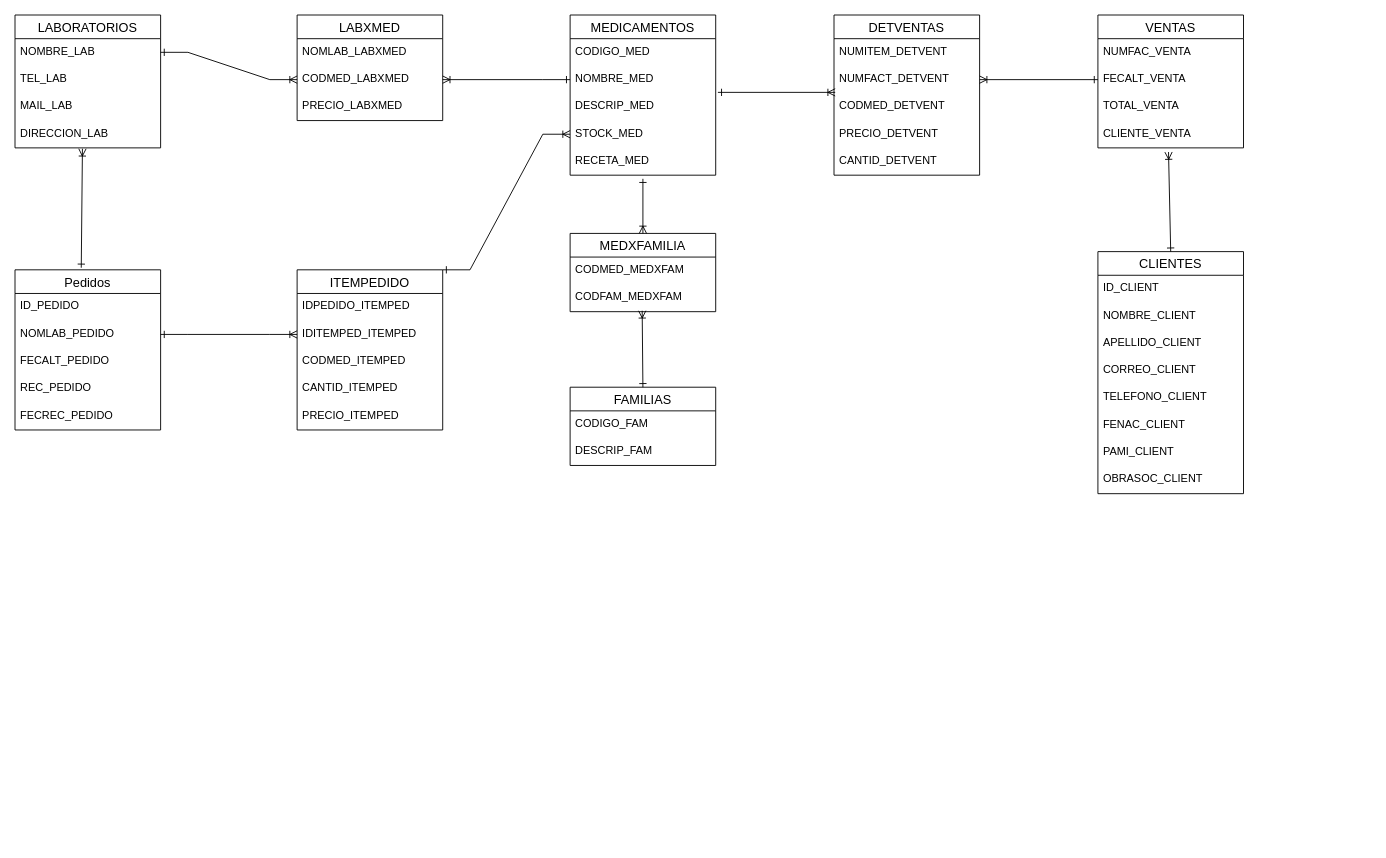
The draw.io diagram DER.drawio in Nicolas-Fediuk/DeskFarmacia, before the edit. Source tidied: cells renumbered, new cells numbered last; positions are measured from the earlier drawing's top-left corner, leaving out a move shared by most shapes. Both pictures are drawn from the tidied source at 91%, with x=0, y=0 at pixel (15, 15).
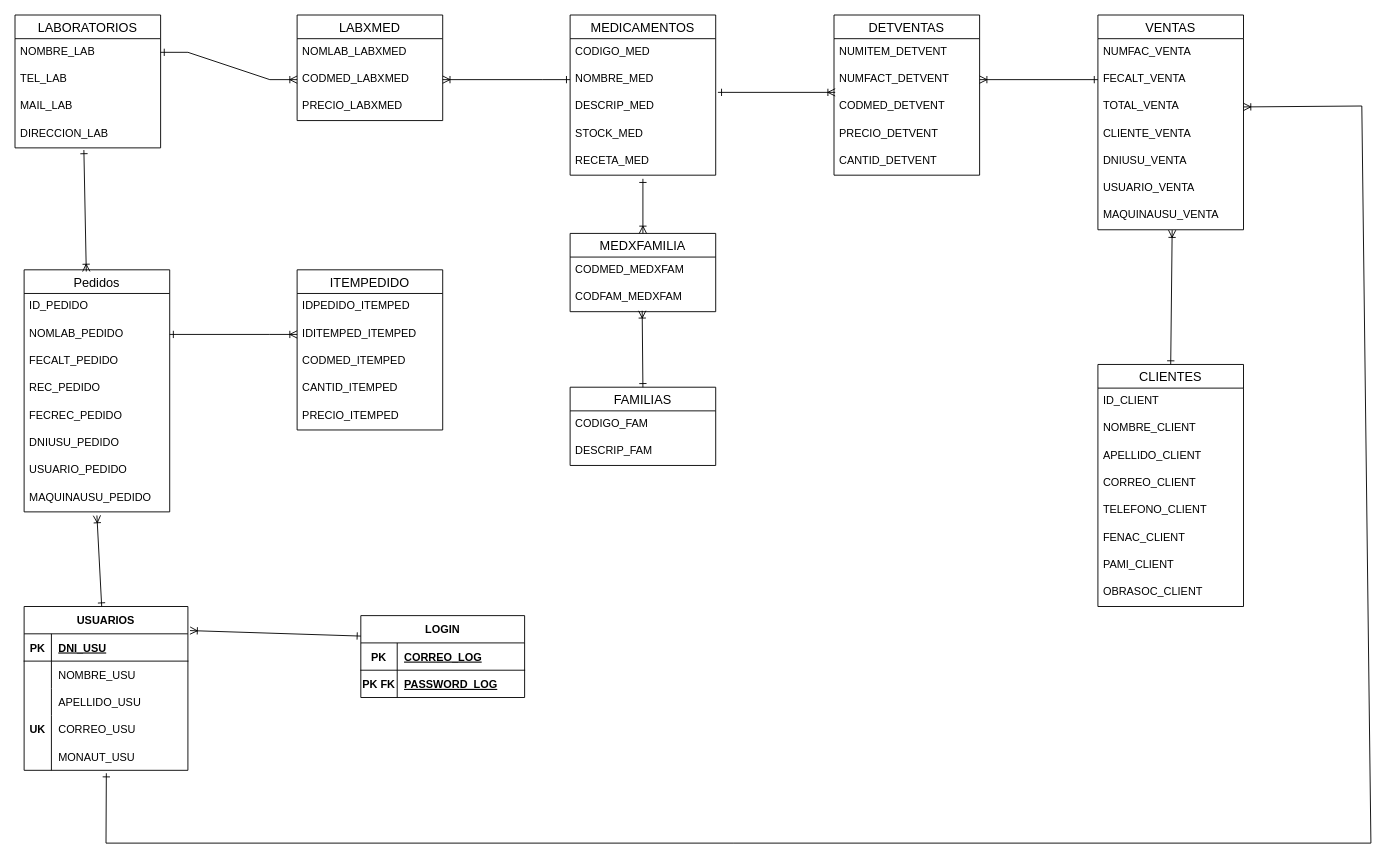
The same diagram, later.

The change refers to these unchanged cells:
```xml
<mxCell id="6" value="DIRECCION_LAB" style="text;strokeColor=none;fillColor=none;spacingLeft=4;spacingRight=4;overflow=hidden;points=[[0,0.5],[1,0.5]];portConstraint=eastwest;fontSize=12;" parent="2" vertex="1">
  <mxGeometry y="116" width="160" height="30" as="geometry" />
</mxCell>
<mxCell id="11" value="STOCK_MED" style="text;strokeColor=none;fillColor=none;spacingLeft=4;spacingRight=4;overflow=hidden;points=[[0,0.5],[1,0.5]];portConstraint=eastwest;fontSize=12;" parent="7" vertex="1">
  <mxGeometry y="116" width="160" height="30" as="geometry" />
</mxCell>
<mxCell id="30" value="TOTAL_VENTA" style="text;strokeColor=none;fillColor=none;spacingLeft=4;spacingRight=4;overflow=hidden;points=[[0,0.5],[1,0.5]];portConstraint=eastwest;fontSize=12;" parent="27" vertex="1">
  <mxGeometry y="86" width="160" height="30" as="geometry" />
</mxCell>
<mxCell id="31" value="CLIENTE_VENTA" style="text;strokeColor=none;fillColor=none;spacingLeft=4;spacingRight=4;overflow=hidden;points=[[0,0.5],[1,0.5]];portConstraint=eastwest;fontSize=12;" parent="27" vertex="1">
  <mxGeometry y="116" width="160" height="30" as="geometry" />
</mxCell>
<mxCell id="57" value="ITEMPEDIDO" style="swimlane;fontStyle=0;horizontal=1;startSize=26;align=center;fontSize=14;" parent="1" vertex="1">
  <mxGeometry x="310" y="280" width="160" height="176" as="geometry" />
</mxCell>
```

Change to the diagram source:
```diff
@@
     <mxCell id="27" value="VENTAS" style="swimlane;fontStyle=0;horizontal=1;startSize=26;align=center;fontSize=14;" parent="1" vertex="1">
-      <mxGeometry x="1190" width="160" height="146" as="geometry" />
+      <mxGeometry x="1190" width="160" height="236" as="geometry" />
     </mxCell>
@@
+    <mxCell id="65" value="DNIUSU_VENTA" style="text;strokeColor=none;fillColor=none;spacingLeft=4;spacingRight=4;overflow=hidden;fontSize=12;" parent="27" vertex="1">
+      <mxGeometry y="146" width="160" height="30" as="geometry" />
+    </mxCell>
+    <mxCell id="66" value="USUARIO_VENTA" style="text;strokeColor=none;fillColor=none;spacingLeft=4;spacingRight=4;overflow=hidden;fontSize=12;" parent="27" vertex="1">
+      <mxGeometry y="176" width="160" height="30" as="geometry" />
+    </mxCell>
+    <mxCell id="67" value="MAQUINAUSU_VENTA" style="text;strokeColor=none;fillColor=none;spacingLeft=4;spacingRight=4;overflow=hidden;points=[[0,0.5],[1,0.5]];portConstraint=eastwest;fontSize=12;" parent="27" vertex="1">
+      <mxGeometry y="206" width="160" height="30" as="geometry" />
+    </mxCell>
@@
     <mxCell id="40" value="CLIENTES" style="swimlane;fontStyle=0;horizontal=1;startSize=26;align=center;fontSize=14;" parent="1" vertex="1">
-      <mxGeometry x="1190" y="260" width="160" height="266" as="geometry" />
+      <mxGeometry x="1190" y="384" width="160" height="266" as="geometry" />
     </mxCell>
@@
-    <mxCell id="49" style="fontSize=12;html=1;endArrow=ERoneToMany;rounded=0;startArrow=ERone;startFill=0;entryX=0.485;entryY=1.153;entryDx=0;entryDy=0;exitX=0.5;exitY=0;exitDx=0;exitDy=0;entryPerimeter=0;" parent="1" edge="1" source="40" target="31">
+    <mxCell id="49" style="fontSize=12;html=1;endArrow=ERoneToMany;rounded=0;startArrow=ERone;startFill=0;exitX=0.5;exitY=0;exitDx=0;exitDy=0;entryX=0.51;entryY=1.013;entryDx=0;entryDy=0;entryPerimeter=0;" parent="1" edge="1" source="40" target="67">
       <mxGeometry relative="1" as="geometry" />
     </mxCell>
     <mxCell id="50" value="Pedidos" style="swimlane;fontStyle=0;horizontal=1;startSize=26;align=center;fontSize=14;" parent="1" vertex="1">
-      <mxGeometry y="280" width="160" height="176" as="geometry" />
+      <mxGeometry x="10" y="280" width="160" height="266" as="geometry" />
     </mxCell>
@@
+    <mxCell id="68" value="DNIUSU_PEDIDO" style="text;strokeColor=none;fillColor=none;spacingLeft=4;spacingRight=4;overflow=hidden;fontSize=12;" parent="50" vertex="1">
+      <mxGeometry y="176" width="160" height="30" as="geometry" />
+    </mxCell>
+    <mxCell id="69" value="USUARIO_PEDIDO" style="text;strokeColor=none;fillColor=none;spacingLeft=4;spacingRight=4;overflow=hidden;fontSize=12;" parent="50" vertex="1">
+      <mxGeometry y="206" width="160" height="30" as="geometry" />
+    </mxCell>
+    <mxCell id="70" value="MAQUINAUSU_PEDIDO" style="text;strokeColor=none;fillColor=none;spacingLeft=4;spacingRight=4;overflow=hidden;points=[[0,0.5],[1,0.5]];portConstraint=eastwest;fontSize=12;" parent="50" vertex="1">
+      <mxGeometry y="236" width="160" height="30" as="geometry" />
+    </mxCell>
-    <mxCell id="56" style="fontSize=12;html=1;endArrow=ERoneToMany;rounded=0;startArrow=ERone;startFill=0;exitX=0.455;exitY=-0.013;exitDx=0;exitDy=0;exitPerimeter=0;entryX=0.463;entryY=1.033;entryDx=0;entryDy=0;entryPerimeter=0;" parent="1" edge="1" source="50" target="6">
+    <mxCell id="56" style="fontSize=12;html=1;endArrow=ERoneToMany;rounded=0;startArrow=ERone;startFill=0;entryX=0.427;entryY=0.007;entryDx=0;entryDy=0;entryPerimeter=0;exitX=0.473;exitY=1.08;exitDx=0;exitDy=0;exitPerimeter=0;" parent="1" edge="1" source="6" target="50">
       <mxGeometry relative="1" as="geometry" />
     </mxCell>
@@
-    <mxCell id="64" style="edgeStyle=entityRelationEdgeStyle;fontSize=12;html=1;endArrow=ERoneToMany;rounded=0;startArrow=ERone;startFill=0;exitX=1;exitY=0;exitDx=0;exitDy=0;entryX=0;entryY=0.5;entryDx=0;entryDy=0;" parent="1" edge="1" source="57" target="11">
-      <mxGeometry relative="1" as="geometry" />
-    </mxCell>
+    <mxCell id="71" value="USUARIOS" style="shape=table;startSize=30;childLayout=tableLayout;rowLines=0;fontStyle=1;align=center;" parent="1" vertex="1">
+      <mxGeometry x="10" y="650" width="180" height="180" as="geometry" />
+    </mxCell>
+    <mxCell id="72" style="shape=tableRow;horizontal=0;startSize=0;swimlaneHead=0;swimlaneBody=0;fillColor=none;top=0;left=0;right=0;bottom=1;" parent="71" vertex="1">
+      <mxGeometry y="30" width="180" height="30" as="geometry" />
+    </mxCell>
+    <mxCell id="73" value="PK" style="shape=partialRectangle;fillColor=none;top=0;left=0;bottom=0;right=0;fontStyle=1;overflow=hidden;" parent="72" vertex="1">
+      <mxGeometry width="30" height="30" as="geometry" />
+    </mxCell>
+    <mxCell id="74" value="DNI_USU" style="shape=partialRectangle;fillColor=none;top=0;left=0;bottom=0;right=0;align=left;spacingLeft=6;fontStyle=5;overflow=hidden;" parent="72" vertex="1">
+      <mxGeometry x="30" width="150" height="30" as="geometry" />
+    </mxCell>
+    <mxCell id="75" style="shape=tableRow;horizontal=0;startSize=0;swimlaneHead=0;swimlaneBody=0;fillColor=none;top=0;left=0;right=0;bottom=0;" parent="71" vertex="1">
+      <mxGeometry y="60" width="180" height="30" as="geometry" />
+    </mxCell>
+    <mxCell id="76" style="shape=partialRectangle;fillColor=none;top=0;left=0;bottom=0;right=0;overflow=hidden;" parent="75" vertex="1">
+      <mxGeometry width="30" height="30" as="geometry" />
+    </mxCell>
+    <mxCell id="77" value="NOMBRE_USU" style="shape=partialRectangle;fillColor=none;top=0;left=0;bottom=0;right=0;align=left;spacingLeft=6;overflow=hidden;" parent="75" vertex="1">
+      <mxGeometry x="30" width="150" height="30" as="geometry" />
+    </mxCell>
+    <mxCell id="78" style="shape=tableRow;horizontal=0;startSize=0;swimlaneHead=0;swimlaneBody=0;fillColor=none;top=0;left=0;right=0;bottom=0;" parent="71" vertex="1">
+      <mxGeometry y="90" width="180" height="30" as="geometry" />
+    </mxCell>
+    <mxCell id="79" style="shape=partialRectangle;fillColor=none;top=0;left=0;bottom=0;right=0;overflow=hidden;" parent="78" vertex="1">
+      <mxGeometry width="30" height="30" as="geometry" />
+    </mxCell>
+    <mxCell id="80" value="APELLIDO_USU" style="shape=partialRectangle;fillColor=none;top=0;left=0;bottom=0;right=0;align=left;spacingLeft=6;overflow=hidden;" parent="78" vertex="1">
+      <mxGeometry x="30" width="150" height="30" as="geometry" />
+    </mxCell>
+    <mxCell id="81" style="shape=tableRow;horizontal=0;startSize=0;swimlaneHead=0;swimlaneBody=0;fillColor=none;top=0;left=0;right=0;bottom=0;" parent="71" vertex="1">
+      <mxGeometry y="120" width="180" height="30" as="geometry" />
+    </mxCell>
+    <mxCell id="82" value="UK" style="shape=partialRectangle;fillColor=none;top=0;left=0;bottom=0;right=0;fontStyle=1;overflow=hidden;" parent="81" vertex="1">
+      <mxGeometry width="30" height="30" as="geometry" />
+    </mxCell>
+    <mxCell id="83" value="CORREO_USU" style="shape=partialRectangle;fillColor=none;top=0;left=0;bottom=0;right=0;align=left;spacingLeft=6;fontStyle=0;overflow=hidden;" parent="81" vertex="1">
+      <mxGeometry x="30" width="150" height="30" as="geometry" />
+    </mxCell>
+    <mxCell id="84" style="shape=tableRow;horizontal=0;startSize=0;swimlaneHead=0;swimlaneBody=0;fillColor=none;points=[[0,0.5],[1,0.5]];portConstraint=eastwest;top=0;left=0;right=0;bottom=0;" parent="71" vertex="1">
+      <mxGeometry y="150" width="180" height="30" as="geometry" />
+    </mxCell>
+    <mxCell id="85" style="shape=partialRectangle;fillColor=none;top=0;left=0;bottom=0;right=0;overflow=hidden;" parent="84" vertex="1">
+      <mxGeometry width="30" height="30" as="geometry" />
+    </mxCell>
+    <mxCell id="86" value="MONAUT_USU" style="shape=partialRectangle;fillColor=none;top=0;left=0;bottom=0;right=0;align=left;spacingLeft=6;overflow=hidden;" parent="84" vertex="1">
+      <mxGeometry x="30" width="150" height="30" as="geometry" />
+    </mxCell>
+    <mxCell id="87" value="LOGIN" style="shape=table;startSize=30;childLayout=tableLayout;rowLines=0;fontStyle=1;align=center;" parent="1" vertex="1">
+      <mxGeometry x="380" y="660" width="180" height="90" as="geometry" />
+    </mxCell>
+    <mxCell id="88" style="shape=tableRow;horizontal=0;startSize=0;swimlaneHead=0;swimlaneBody=0;fillColor=none;top=0;left=0;right=0;bottom=1;" parent="87" vertex="1">
+      <mxGeometry y="30" width="180" height="30" as="geometry" />
+    </mxCell>
+    <mxCell id="89" value="PK" style="shape=partialRectangle;fillColor=none;top=0;left=0;bottom=0;right=0;fontStyle=1;overflow=hidden;" parent="88" vertex="1">
+      <mxGeometry width="40" height="30" as="geometry" />
+    </mxCell>
+    <mxCell id="90" value="CORREO_LOG" style="shape=partialRectangle;fillColor=none;top=0;left=0;bottom=0;right=0;align=left;spacingLeft=6;fontStyle=5;overflow=hidden;" parent="88" vertex="1">
+      <mxGeometry x="40" width="140" height="30" as="geometry" />
+    </mxCell>
+    <mxCell id="91" style="shape=tableRow;horizontal=0;startSize=0;swimlaneHead=0;swimlaneBody=0;fillColor=none;top=0;left=0;right=0;bottom=0;" parent="87" vertex="1">
+      <mxGeometry y="60" width="180" height="30" as="geometry" />
+    </mxCell>
+    <mxCell id="92" value="PK FK" style="shape=partialRectangle;fillColor=none;top=0;left=0;bottom=0;right=0;fontStyle=1;overflow=hidden;" parent="91" vertex="1">
+      <mxGeometry width="40" height="30" as="geometry" />
+    </mxCell>
+    <mxCell id="93" value="PASSWORD_LOG" style="shape=partialRectangle;fillColor=none;top=0;left=0;bottom=0;right=0;align=left;spacingLeft=6;fontStyle=5;overflow=hidden;" parent="91" vertex="1">
+      <mxGeometry x="40" width="140" height="30" as="geometry" />
+    </mxCell>
+    <mxCell id="94" style="fontSize=12;html=1;endArrow=ERone;endFill=0;rounded=0;exitX=1.013;exitY=0.147;exitDx=0;exitDy=0;exitPerimeter=0;startArrow=ERoneToMany;startFill=0;entryX=0;entryY=0.25;entryDx=0;entryDy=0;" parent="1" edge="1" source="71" target="87">
+      <mxGeometry relative="1" as="geometry" />
+    </mxCell>
+    <mxCell id="95" style="fontSize=12;html=1;endArrow=ERone;endFill=0;rounded=0;exitX=0.5;exitY=1.133;exitDx=0;exitDy=0;exitPerimeter=0;startArrow=ERoneToMany;startFill=0;" parent="1" edge="1" source="70" target="71">
+      <mxGeometry relative="1" as="geometry" />
+    </mxCell>
+    <mxCell id="96" style="fontSize=12;html=1;endArrow=ERone;endFill=0;rounded=0;exitX=1;exitY=0.5;exitDx=0;exitDy=0;startArrow=ERoneToMany;startFill=0;entryX=0.502;entryY=1.107;entryDx=0;entryDy=0;entryPerimeter=0;" parent="1" edge="1" source="30" target="84">
+      <mxGeometry relative="1" as="geometry">
+        <Array as="points">
+          <mxPoint x="1480" y="100" />
+          <mxPoint x="1490" y="910" />
+          <mxPoint x="790" y="910" />
+          <mxPoint x="100" y="910" />
+        </Array>
+      </mxGeometry>
+    </mxCell>
```
